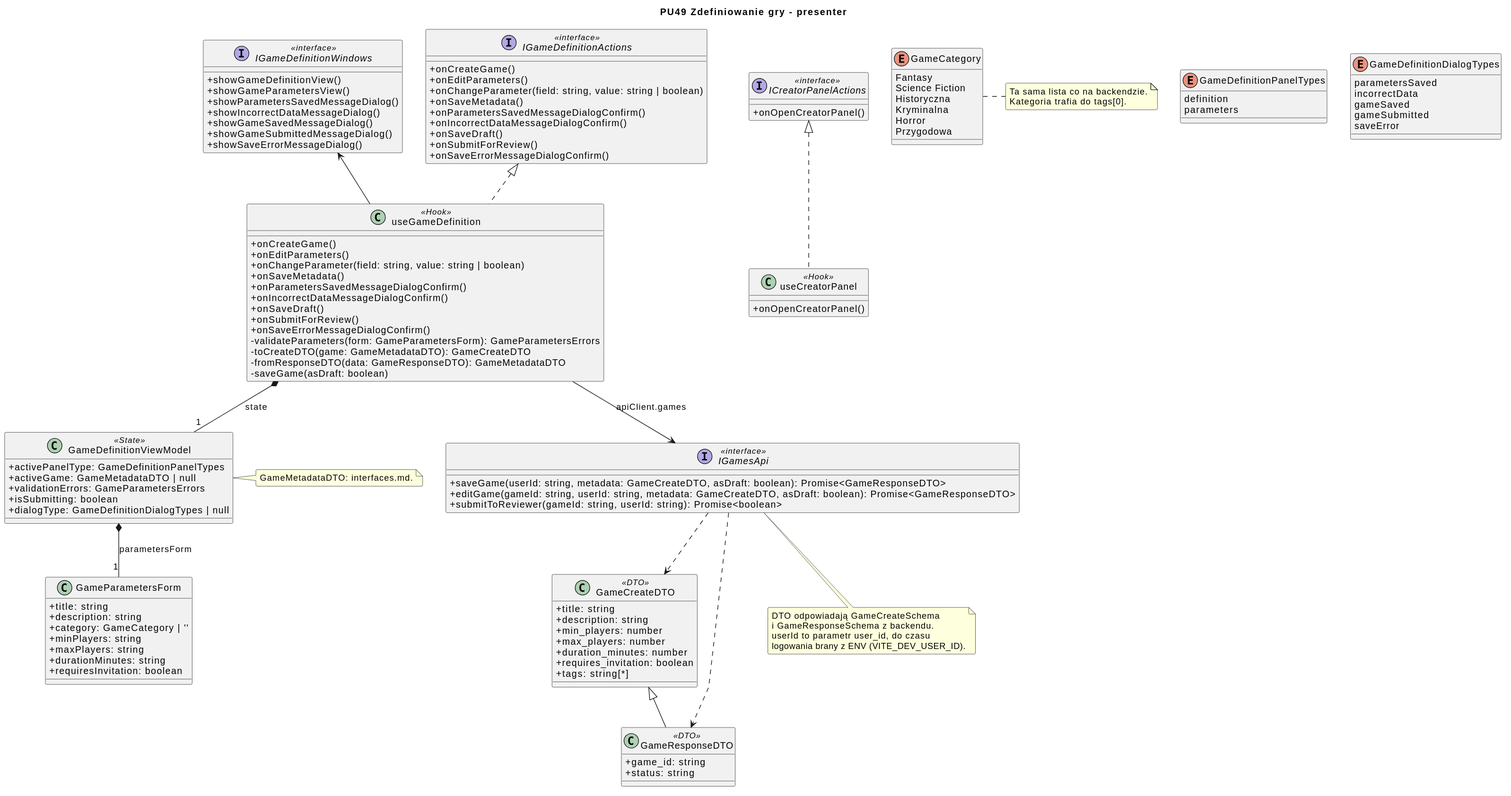
This is diagrams/frontend/rendered/game-definition-presenter.svg from Igor-Ochocki/POP-2026Z, a PlantUML export, as it was before one commit.
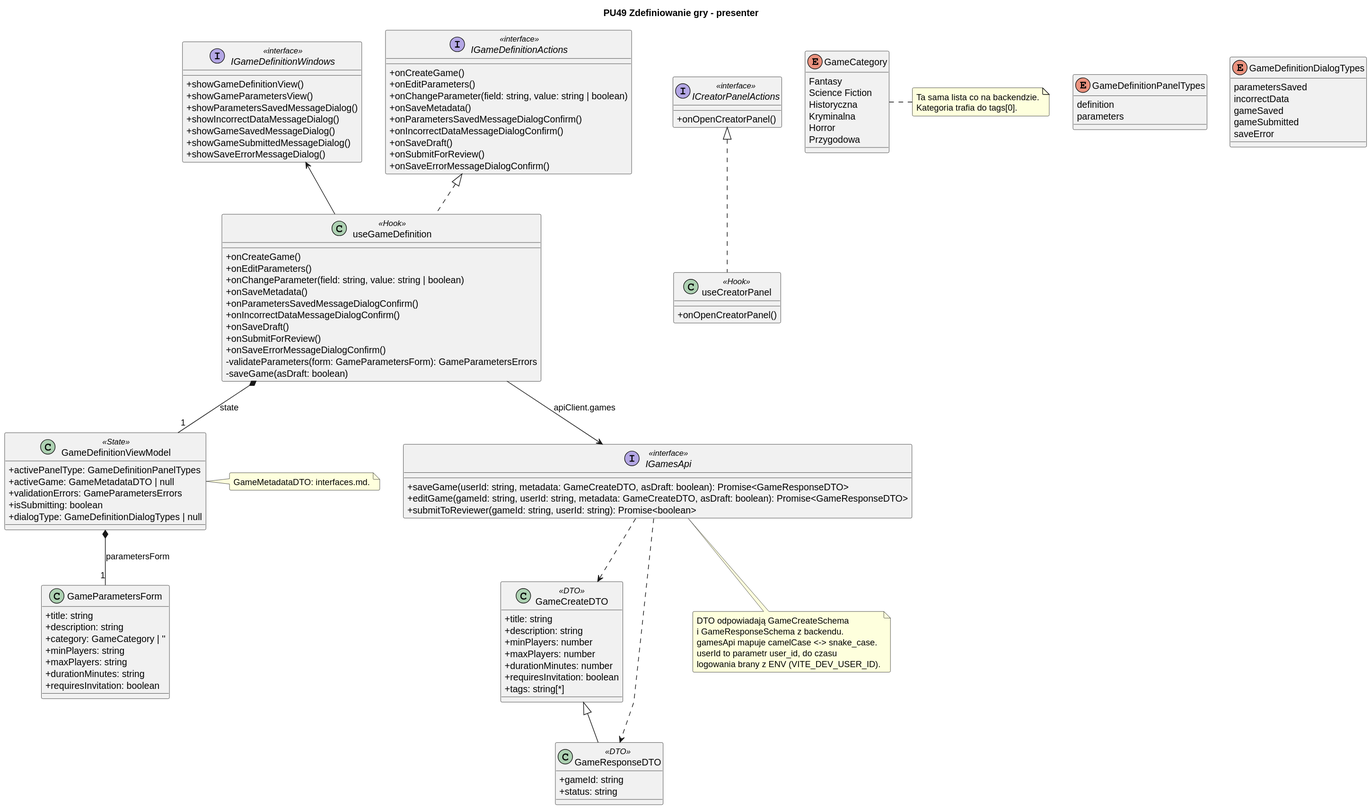
The same file after the commit.

Commit message:
Set DTOs to use camelCase, bring back Payload constructions to api

Change to the diagram source:
```diff
@@ -18,8 +18,6 @@
     + onSubmitForReview()
     + onSaveErrorMessageDialogConfirm()
     - validateParameters(form: GameParametersForm): GameParametersErrors
-    - toCreateDTO(game: GameMetadataDTO): GameCreateDTO
-    - fromResponseDTO(data: GameResponseDTO): GameMetadataDTO
     - saveGame(asDraft: boolean)
 }
 
@@ -62,15 +60,15 @@
 class GameCreateDTO <<DTO>> {
     + title: string
     + description: string
-    + min_players: number
-    + max_players: number
-    + duration_minutes: number
-    + requires_invitation: boolean
+    + minPlayers: number
+    + maxPlayers: number
+    + durationMinutes: number
+    + requiresInvitation: boolean
     + tags: string[*]
 }
 
 class GameResponseDTO <<DTO>> {
-    + game_id: string
+    + gameId: string
     + status: string
 }
 
@@ -137,6 +135,7 @@
 note bottom of IGamesApi
     DTO odpowiadają GameCreateSchema
     i GameResponseSchema z backendu.
+    gamesApi mapuje camelCase <-> snake_case.
     userId to parametr user_id, do czasu
     logowania brany z ENV (VITE_DEV_USER_ID).
 end note
```
